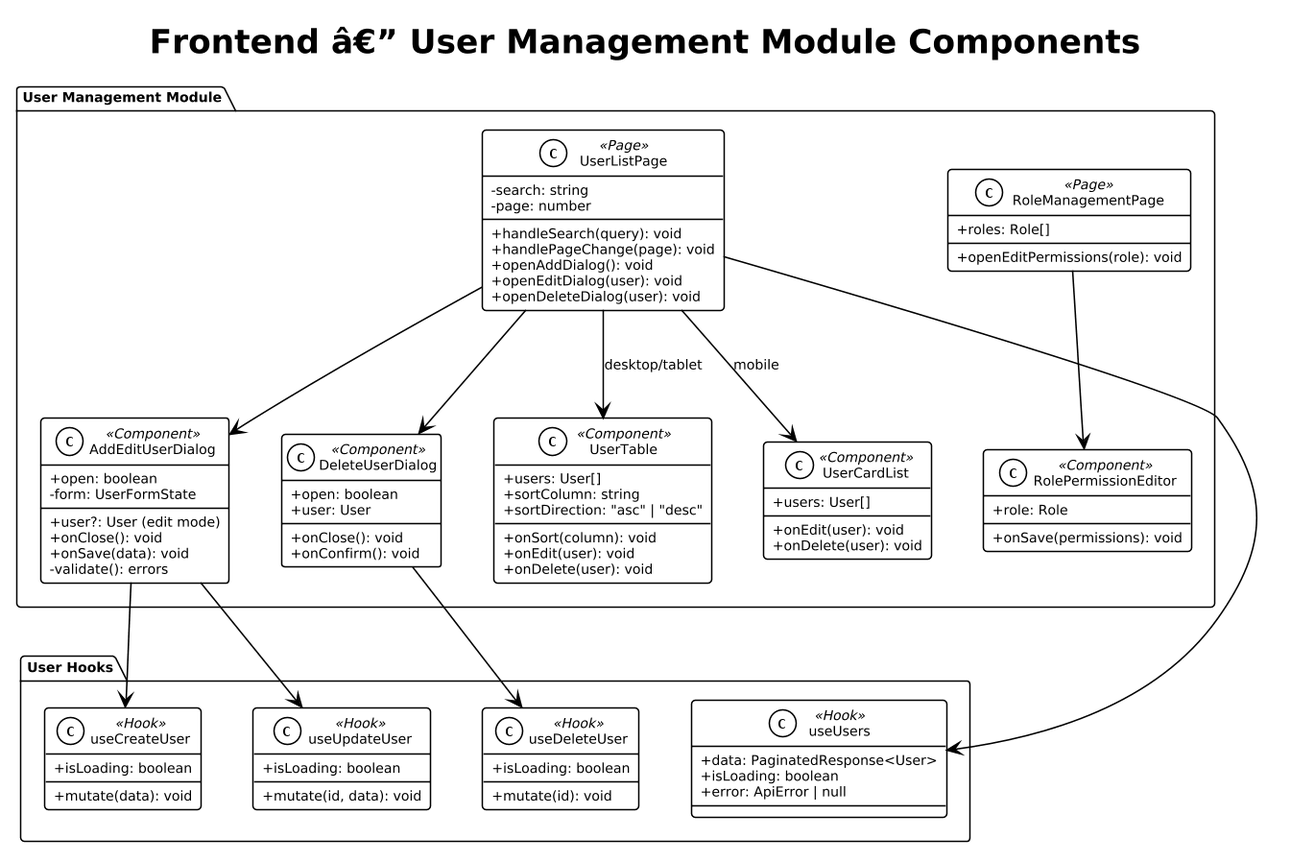
Before: docs/detailed-designs/diagrams/rendered/fe_class_user.png, a diagram exported from PlantUML (QuinntyneBrown/LendQ). Its diagram source:
```plantuml
@startuml
!theme plain
skinparam dpi 150
skinparam defaultFontSize 9
skinparam classAttributeIconSize 0

title Frontend â€” User Management Module Components

package "User Management Module" {
  class UserListPage <<Page>> {
    -search: string
    -page: number
    +handleSearch(query): void
    +handlePageChange(page): void
    +openAddDialog(): void
    +openEditDialog(user): void
    +openDeleteDialog(user): void
  }

  class UserTable <<Component>> {
    +users: User[]
    +sortColumn: string
    +sortDirection: "asc" | "desc"
    +onSort(column): void
    +onEdit(user): void
    +onDelete(user): void
  }

  class UserCardList <<Component>> {
    +users: User[]
    +onEdit(user): void
    +onDelete(user): void
  }

  class AddEditUserDialog <<Component>> {
    +open: boolean
    +user?: User (edit mode)
    +onClose(): void
    +onSave(data): void
    -form: UserFormState
    -validate(): errors
  }

  class DeleteUserDialog <<Component>> {
    +open: boolean
    +user: User
    +onClose(): void
    +onConfirm(): void
  }

  class RoleManagementPage <<Page>> {
    +roles: Role[]
    +openEditPermissions(role): void
  }

  class RolePermissionEditor <<Component>> {
    +role: Role
    +onSave(permissions): void
  }
}

package "User Hooks" {
  class useUsers <<Hook>> {
    +data: PaginatedResponse<User>
    +isLoading: boolean
    +error: ApiError | null
  }

  class useCreateUser <<Hook>> {
    +mutate(data): void
    +isLoading: boolean
  }

  class useUpdateUser <<Hook>> {
    +mutate(id, data): void
    +isLoading: boolean
  }

  class useDeleteUser <<Hook>> {
    +mutate(id): void
    +isLoading: boolean
  }
}

UserListPage --> UserTable : desktop/tablet
UserListPage --> UserCardList : mobile
UserListPage --> AddEditUserDialog
UserListPage --> DeleteUserDialog
UserListPage --> useUsers
AddEditUserDialog --> useCreateUser
AddEditUserDialog --> useUpdateUser
DeleteUserDialog --> useDeleteUser
RoleManagementPage --> RolePermissionEditor
@enduml
```
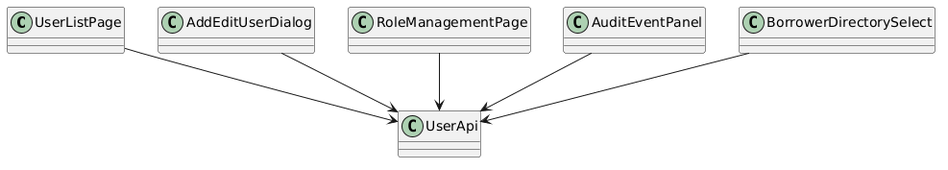
The same diagram one commit later.

The edit, as a diff of the source:
```diff
@@ -1,94 +1,15 @@
 @startuml
-!theme plain
-skinparam dpi 150
-skinparam defaultFontSize 9
 skinparam classAttributeIconSize 0
+class UserListPage
+class AddEditUserDialog
+class RoleManagementPage
+class AuditEventPanel
+class BorrowerDirectorySelect
+class UserApi
 
-title Frontend â€” User Management Module Components
-
-package "User Management Module" {
-  class UserListPage <<Page>> {
-    -search: string
-    -page: number
-    +handleSearch(query): void
-    +handlePageChange(page): void
-    +openAddDialog(): void
-    +openEditDialog(user): void
-    +openDeleteDialog(user): void
-  }
-
-  class UserTable <<Component>> {
-    +users: User[]
-    +sortColumn: string
-    +sortDirection: "asc" | "desc"
-    +onSort(column): void
-    +onEdit(user): void
-    +onDelete(user): void
-  }
-
-  class UserCardList <<Component>> {
-    +users: User[]
-    +onEdit(user): void
-    +onDelete(user): void
-  }
-
-  class AddEditUserDialog <<Component>> {
-    +open: boolean
-    +user?: User (edit mode)
-    +onClose(): void
-    +onSave(data): void
-    -form: UserFormState
-    -validate(): errors
-  }
-
-  class DeleteUserDialog <<Component>> {
-    +open: boolean
-    +user: User
-    +onClose(): void
-    +onConfirm(): void
-  }
-
-  class RoleManagementPage <<Page>> {
-    +roles: Role[]
-    +openEditPermissions(role): void
-  }
-
-  class RolePermissionEditor <<Component>> {
-    +role: Role
-    +onSave(permissions): void
-  }
-}
-
-package "User Hooks" {
-  class useUsers <<Hook>> {
-    +data: PaginatedResponse<User>
-    +isLoading: boolean
-    +error: ApiError | null
-  }
-
-  class useCreateUser <<Hook>> {
-    +mutate(data): void
-    +isLoading: boolean
-  }
-
-  class useUpdateUser <<Hook>> {
-    +mutate(id, data): void
-    +isLoading: boolean
-  }
-
-  class useDeleteUser <<Hook>> {
-    +mutate(id): void
-    +isLoading: boolean
-  }
-}
-
-UserListPage --> UserTable : desktop/tablet
-UserListPage --> UserCardList : mobile
-UserListPage --> AddEditUserDialog
-UserListPage --> DeleteUserDialog
-UserListPage --> useUsers
-AddEditUserDialog --> useCreateUser
-AddEditUserDialog --> useUpdateUser
-DeleteUserDialog --> useDeleteUser
-RoleManagementPage --> RolePermissionEditor
+UserListPage --> UserApi
+AddEditUserDialog --> UserApi
+RoleManagementPage --> UserApi
+AuditEventPanel --> UserApi
+BorrowerDirectorySelect --> UserApi
 @enduml
```
